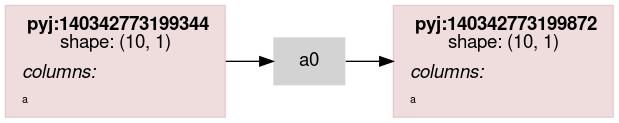
Above: scripts/rdflog/a0.ttl.dot.png in asmirnov69/pyjviz-poc (Graphviz), before the change. Its source is kept beside it as scripts/rdflog/a0.ttl.dot.
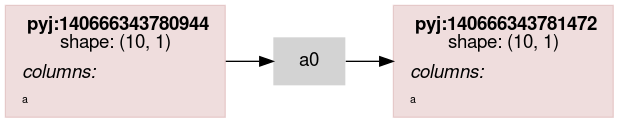
After the commit.

The edit, as a diff of the source:
```diff
@@ -14,7 +14,7 @@
                 color="#88000022"
                 shape = rect
                 label = <<table border="0" cellborder="0" cellspacing="0" cellpadding="4">
-                         <tr> <td> <b>pyj:140342773199344</b><br/>shape: (10, 1)</td> </tr>
+                         <tr> <td> <b>pyj:140666343780944</b><br/>shape: (10, 1)</td> </tr>
                          <tr> <td align="left"><i>columns:</i><br align="left"/></td></tr>
                 <tr><td align="left"><FONT POINT-SIZE="8px">a</FONT></td></tr>
                          </table>>
@@ -23,7 +23,7 @@
                 color="#88000022"
                 shape = rect
                 label = <<table border="0" cellborder="0" cellspacing="0" cellpadding="4">
-                         <tr> <td> <b>pyj:140342773199872</b><br/>shape: (10, 1)</td> </tr>
+                         <tr> <td> <b>pyj:140666343781472</b><br/>shape: (10, 1)</td> </tr>
                          <tr> <td align="left"><i>columns:</i><br align="left"/></td></tr>
                 <tr><td align="left"><FONT POINT-SIZE="8px">a</FONT></td></tr>
                          </table>>
```
